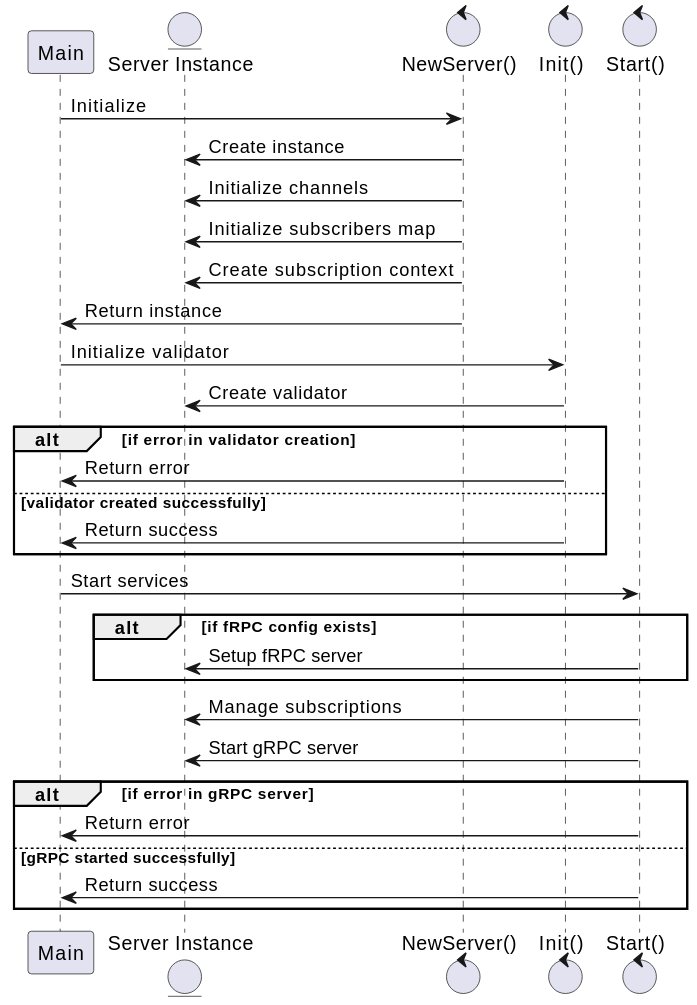
This is docs/services/img/plantuml/validator/tx_validator_init.svg from freemans13/teranode, a PlantUML export, as it was before one commit. Its source is kept beside it as docs/services/img/plantuml/validator/tx_validator_init.puml. The source it was exported from:
```plantuml
@startuml
participant Main
entity "Server Instance" as Server
control "NewServer()" as NewServer
control "Init()" as Init
control "Start()" as Start

Main -> NewServer: Initialize
NewServer -> Server: Create instance
NewServer -> Server: Initialize channels
NewServer -> Server: Initialize subscribers map
NewServer -> Server: Create subscription context
NewServer -> Main: Return instance

Main -> Init: Initialize validator
Init -> Server: Create validator
alt if error in validator creation
    Init -> Main: Return error
else validator created successfully
    Init -> Main: Return success
end

Main -> Start: Start services

alt if fRPC config exists
    Start -> Server: Setup fRPC server
end
Start -> Server: Manage subscriptions
Start -> Server: Start gRPC server
alt if error in gRPC server
    Start -> Main: Return error
else gRPC started successfully
    Start -> Main: Return success
end

@enduml
```
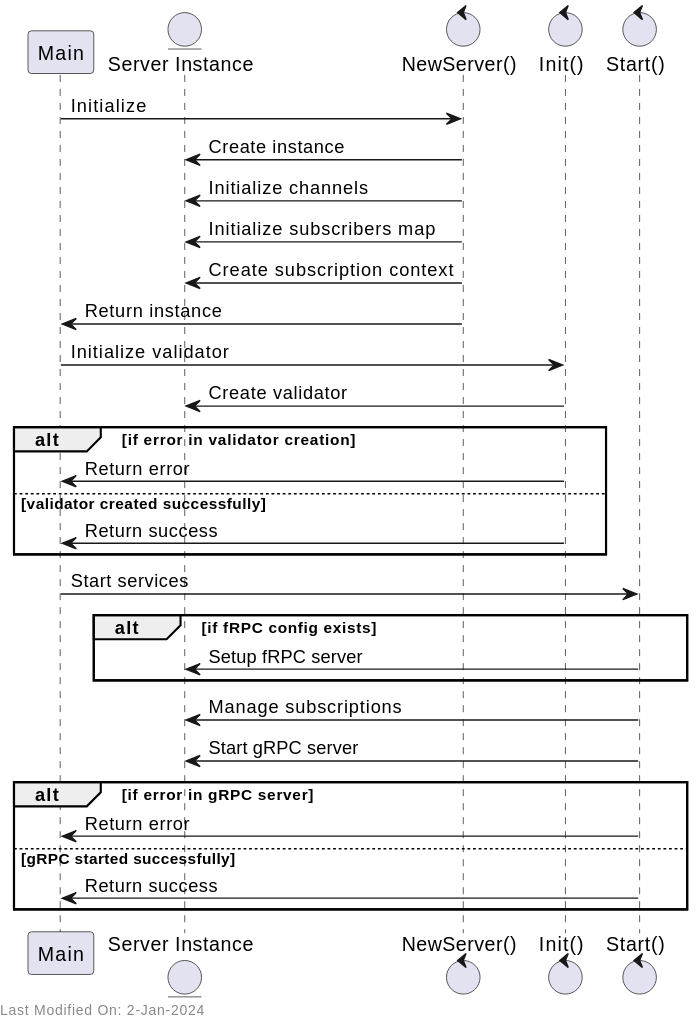
The same diagram one commit later.

The edit, as a diff of the source:
```diff
@@ -33,4 +33,6 @@
     Start -> Main: Return success
 end
 
+left footer Last Modified On: 2-Jan-2024
+
 @enduml
```
